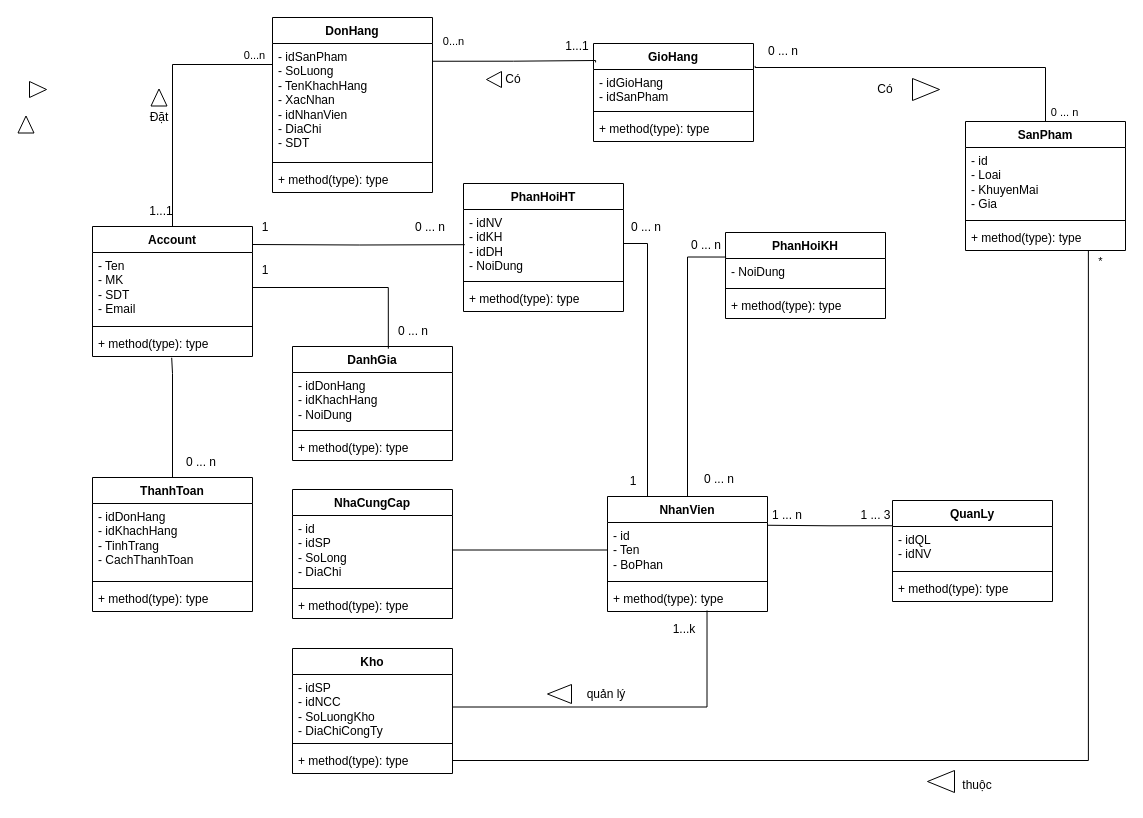
Before: page "Xây dựng biểu đồ lớp" (3 of 4) of CMC/Phân tích và thiết kế hệ thống/BÀI TẬP PHÂN TÍCH THIẾT KẾ HƯỚNG ĐỐI TƯỢNG.drawio in tranthihuong-753/test, a draw.io diagram. Source tidied: cells renumbered, new cells numbered last; positions are measured from the earlier drawing's top-left corner, leaving out a move shared by most shapes. Both pictures are drawn from the tidied source at 100%, with x=0, y=0 at pixel (17, 17).
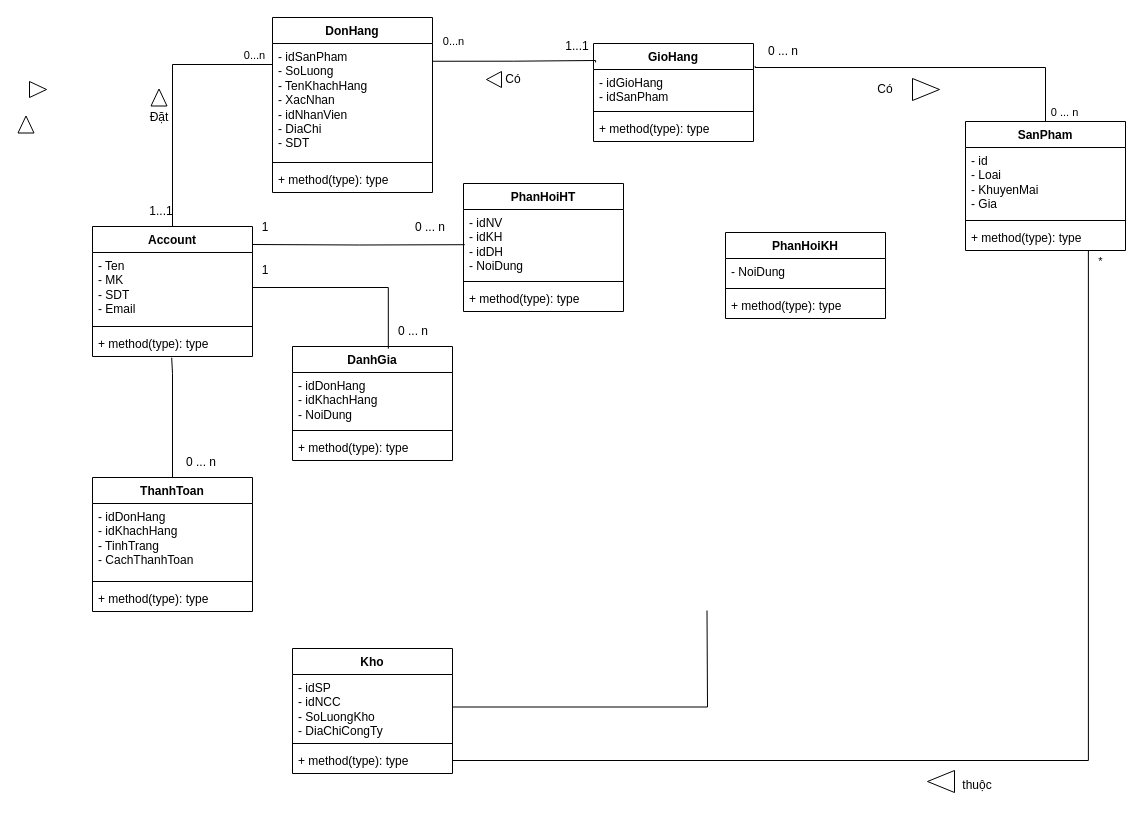
The same page after the edit.

Commit message (it also covers changes not shown here):
Cập nhật BÀI TẬP PHÂN TÍCH THIẾT KẾ HƯỚNG ĐỐI TƯỢNG.drawio

The change refers to these unchanged cells:
```xml
<mxCell id="29" value="- idNV&lt;div&gt;- idKH&lt;/div&gt;&lt;div&gt;- idDH&lt;/div&gt;&lt;div&gt;- NoiDung&lt;/div&gt;" style="text;strokeColor=none;fillColor=none;align=left;verticalAlign=top;spacingLeft=4;spacingRight=4;overflow=hidden;points=[[0,0.5],[1,0.5]];portConstraint=eastwest;whiteSpace=wrap;html=1;" parent="28" vertex="1">
  <mxGeometry y="26" width="160" height="68" as="geometry" />
</mxCell>
<mxCell id="33" value="- NoiDung" style="text;strokeColor=none;fillColor=none;align=left;verticalAlign=top;spacingLeft=4;spacingRight=4;overflow=hidden;points=[[0,0.5],[1,0.5]];portConstraint=eastwest;whiteSpace=wrap;html=1;" parent="32" vertex="1">
  <mxGeometry y="26" width="160" height="26" as="geometry" />
</mxCell>
<mxCell id="37" value="- idSP&lt;div&gt;- idNCC&lt;/div&gt;&lt;div&gt;- SoLuongKho&lt;/div&gt;&lt;div&gt;- DiaChiCongTy&lt;/div&gt;" style="text;strokeColor=none;fillColor=none;align=left;verticalAlign=top;spacingLeft=4;spacingRight=4;overflow=hidden;points=[[0,0.5],[1,0.5]];portConstraint=eastwest;whiteSpace=wrap;html=1;" parent="36" vertex="1">
  <mxGeometry y="26" width="160" height="65" as="geometry" />
</mxCell>
```

What changed in the source:
```diff
@@
-    <mxCell id="40" value="NhaCungCap" style="swimlane;fontStyle=1;align=center;verticalAlign=top;horizontal=1;startSize=26;whiteSpace=wrap;html=1;" parent="1" vertex="1">
-      <mxGeometry x="275" y="472" width="160" height="129" as="geometry" />
-    </mxCell>
-    <mxCell id="41" value="- id&lt;div&gt;- idSP&lt;/div&gt;&lt;div&gt;- SoLong&lt;/div&gt;&lt;div&gt;- DiaChi&lt;/div&gt;" style="text;strokeColor=none;fillColor=none;align=left;verticalAlign=top;spacingLeft=4;spacingRight=4;overflow=hidden;points=[[0,0.5],[1,0.5]];portConstraint=eastwest;whiteSpace=wrap;html=1;" parent="40" vertex="1">
-      <mxGeometry y="26" width="160" height="69" as="geometry" />
-    </mxCell>
-    <mxCell id="42" style="line;strokeWidth=1;fillColor=none;align=left;verticalAlign=middle;spacingTop=-1;spacingLeft=3;spacingRight=3;labelPosition=right;strokeColor=inherit;" parent="40" vertex="1">
-      <mxGeometry y="95" width="160" height="8" as="geometry" />
-    </mxCell>
-    <mxCell id="43" value="+ method(type): type" style="text;strokeColor=none;fillColor=none;align=left;verticalAlign=top;spacingLeft=4;spacingRight=4;overflow=hidden;whiteSpace=wrap;html=1;" parent="40" vertex="1">
-      <mxGeometry y="103" width="160" height="26" as="geometry" />
-    </mxCell>
-    <mxCell id="44" style="edgeStyle=orthogonalEdgeStyle;rounded=0;jettySize=auto;html=1;exitX=0.25;exitY=0;exitDx=0;exitDy=0;entryX=1;entryY=0.5;entryDx=0;entryDy=0;endArrow=none;endFill=0;" parent="1" edge="1" source="45" target="29">
-      <mxGeometry relative="1" as="geometry" />
-    </mxCell>
-    <mxCell id="45" value="NhanVien" style="swimlane;fontStyle=1;align=center;verticalAlign=top;horizontal=1;startSize=26;whiteSpace=wrap;html=1;" parent="1" vertex="1">
-      <mxGeometry x="590" y="479" width="160" height="115" as="geometry" />
-    </mxCell>
-    <mxCell id="46" value="- id&amp;nbsp;&lt;div&gt;- Ten&lt;/div&gt;&lt;div&gt;- BoPhan&lt;/div&gt;" style="text;strokeColor=none;fillColor=none;align=left;verticalAlign=top;spacingLeft=4;spacingRight=4;overflow=hidden;points=[[0,0.5],[1,0.5]];portConstraint=eastwest;whiteSpace=wrap;html=1;" parent="45" vertex="1">
-      <mxGeometry y="26" width="160" height="55" as="geometry" />
-    </mxCell>
-    <mxCell id="47" style="line;strokeWidth=1;fillColor=none;align=left;verticalAlign=middle;spacingTop=-1;spacingLeft=3;spacingRight=3;labelPosition=right;strokeColor=inherit;" parent="45" vertex="1">
-      <mxGeometry y="81" width="160" height="8" as="geometry" />
-    </mxCell>
-    <mxCell id="48" value="+ method(type): type" style="text;strokeColor=none;fillColor=none;align=left;verticalAlign=top;spacingLeft=4;spacingRight=4;overflow=hidden;points=[[0,0.5],[1,0.5]];portConstraint=eastwest;whiteSpace=wrap;html=1;" parent="45" vertex="1">
-      <mxGeometry y="89" width="160" height="26" as="geometry" />
-    </mxCell>
@@
-    <mxCell id="50" style="edgeStyle=orthogonalEdgeStyle;rounded=0;jettySize=auto;html=1;exitX=0;exitY=0.5;exitDx=0;exitDy=0;entryX=1;entryY=0.5;entryDx=0;entryDy=0;endArrow=none;endFill=0;" parent="1" edge="1" source="46" target="41">
-      <mxGeometry relative="1" as="geometry" />
-    </mxCell>
-    <mxCell id="51" style="edgeStyle=orthogonalEdgeStyle;rounded=0;jettySize=auto;html=1;exitX=1;exitY=0.5;exitDx=0;exitDy=0;entryX=0.622;entryY=0.962;entryDx=0;entryDy=0;entryPerimeter=0;endArrow=none;endFill=0;" parent="1" edge="1" source="37" target="48">
-      <mxGeometry relative="1" as="geometry" />
+    <mxCell id="51" style="edgeStyle=orthogonalEdgeStyle;rounded=0;jettySize=auto;html=1;exitX=1;exitY=0.5;exitDx=0;exitDy=0;entryX=0.622;entryY=0.962;entryDx=0;entryDy=0;entryPerimeter=0;endArrow=none;endFill=0;" parent="1" edge="1" source="37">
+      <mxGeometry relative="1" as="geometry">
+        <mxPoint x="689.5" y="593" as="targetPoint" />
+      </mxGeometry>
     </mxCell>
-    <mxCell id="52" style="edgeStyle=orthogonalEdgeStyle;rounded=0;jettySize=auto;html=1;exitX=0.5;exitY=0;exitDx=0;exitDy=0;entryX=0.004;entryY=-0.056;entryDx=0;entryDy=0;endArrow=none;endFill=0;entryPerimeter=0;" parent="1" edge="1" source="45" target="33">
-      <mxGeometry relative="1" as="geometry" />
-    </mxCell>
@@
-    <mxCell id="57" value="QuanLy" style="swimlane;fontStyle=1;align=center;verticalAlign=top;horizontal=1;startSize=26;whiteSpace=wrap;html=1;" parent="1" vertex="1">
-      <mxGeometry x="875" y="483" width="160" height="101" as="geometry" />
-    </mxCell>
-    <mxCell id="58" value="- idQL&amp;nbsp;&lt;div&gt;- idNV&lt;/div&gt;" style="text;strokeColor=none;fillColor=none;align=left;verticalAlign=top;spacingLeft=4;spacingRight=4;overflow=hidden;whiteSpace=wrap;html=1;" parent="57" vertex="1">
-      <mxGeometry y="26" width="160" height="41" as="geometry" />
-    </mxCell>
-    <mxCell id="59" style="line;strokeWidth=1;fillColor=none;align=left;verticalAlign=middle;spacingTop=-1;spacingLeft=3;spacingRight=3;labelPosition=right;strokeColor=inherit;" parent="57" vertex="1">
-      <mxGeometry y="67" width="160" height="8" as="geometry" />
-    </mxCell>
-    <mxCell id="60" value="+ method(type): type" style="text;strokeColor=none;fillColor=none;align=left;verticalAlign=top;spacingLeft=4;spacingRight=4;overflow=hidden;whiteSpace=wrap;html=1;" parent="57" vertex="1">
-      <mxGeometry y="75" width="160" height="26" as="geometry" />
-    </mxCell>
-    <mxCell id="61" style="edgeStyle=orthogonalEdgeStyle;rounded=0;jettySize=auto;html=1;exitX=0;exitY=0.25;exitDx=0;exitDy=0;entryX=1;entryY=0.25;entryDx=0;entryDy=0;endArrow=none;endFill=0;" parent="1" edge="1" source="57" target="45">
-      <mxGeometry relative="1" as="geometry" />
-    </mxCell>
@@
-    <mxCell id="70" value="0 ... n" style="text;html=1;align=center;verticalAlign=middle;whiteSpace=wrap;rounded=0;" parent="1" vertex="1">
-      <mxGeometry x="599" y="195" width="60" height="30" as="geometry" />
-    </mxCell>
-    <mxCell id="71" value="1" style="text;html=1;align=center;verticalAlign=middle;whiteSpace=wrap;rounded=0;" parent="1" vertex="1">
-      <mxGeometry x="586" y="449" width="60" height="30" as="geometry" />
-    </mxCell>
-    <mxCell id="72" value="0 ... n" style="text;html=1;align=center;verticalAlign=middle;whiteSpace=wrap;rounded=0;" parent="1" vertex="1">
-      <mxGeometry x="659" y="213" width="60" height="30" as="geometry" />
-    </mxCell>
-    <mxCell id="73" value="0 ... n" style="text;html=1;align=center;verticalAlign=middle;whiteSpace=wrap;rounded=0;" parent="1" vertex="1">
-      <mxGeometry x="672" y="447" width="60" height="30" as="geometry" />
-    </mxCell>
-    <mxCell id="74" value="1 ... n" style="text;html=1;align=center;verticalAlign=middle;whiteSpace=wrap;rounded=0;" parent="1" vertex="1">
-      <mxGeometry x="740" y="483" width="60" height="30" as="geometry" />
-    </mxCell>
-    <mxCell id="75" value="1 ... 3" style="text;html=1;align=center;verticalAlign=middle;whiteSpace=wrap;rounded=0;" parent="1" vertex="1">
-      <mxGeometry x="842" y="483" width="33" height="30" as="geometry" />
-    </mxCell>
-    <mxCell id="76" value="1...k" style="text;html=1;align=center;verticalAlign=middle;whiteSpace=wrap;rounded=0;" parent="1" vertex="1">
-      <mxGeometry x="637" y="597" width="60" height="30" as="geometry" />
-    </mxCell>
@@
-    <mxCell id="87" style="triangle;whiteSpace=wrap;html=1;rotation=-180;" parent="1" vertex="1">
-      <mxGeometry x="530" y="667" width="24" height="19" as="geometry" />
-    </mxCell>
-    <mxCell id="88" value="quản lý" style="text;html=1;align=center;verticalAlign=middle;whiteSpace=wrap;rounded=0;" parent="1" vertex="1">
-      <mxGeometry x="559" y="661.5" width="60" height="30" as="geometry" />
-    </mxCell>
```
